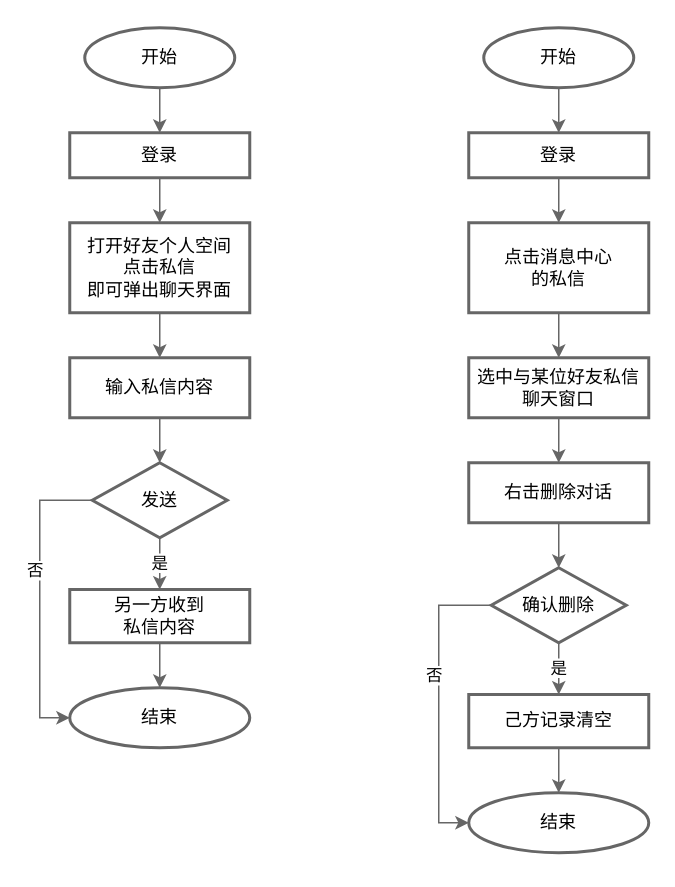
JohnnyLin12/GJR_BBS keeps this draw.io diagram as friend_manage_flowchart.drawio. Above is the earlier version. Source tidied: cells renumbered, new cells numbered last; positions are measured from the earlier drawing's top-left corner, leaving out a move shared by most shapes. Both pictures are drawn from the tidied source at 150%, with x=0, y=0 at pixel (39, 27).
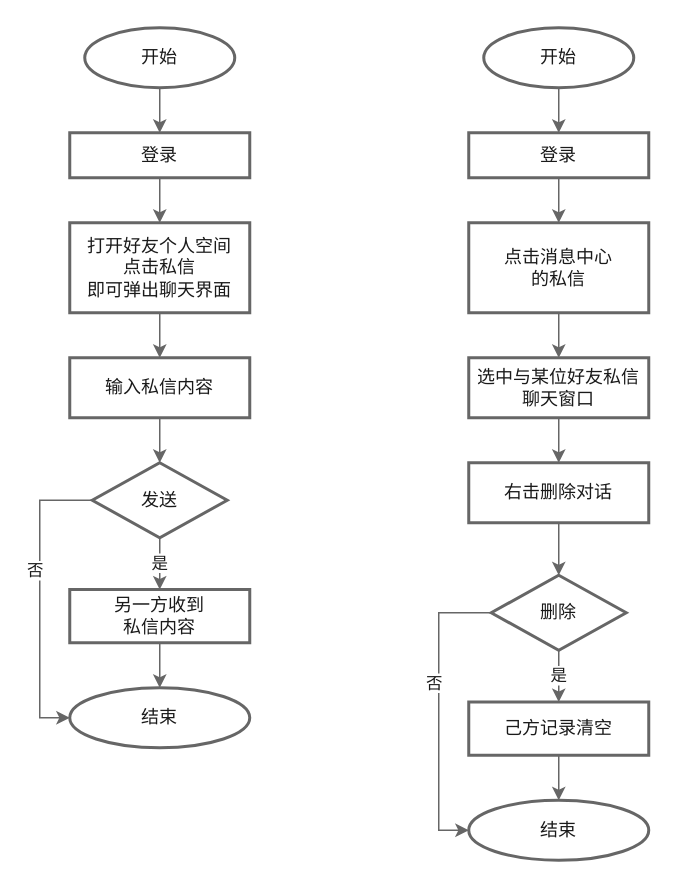
The same diagram, later.

Change to the diagram source:
```diff
@@
-    <mxCell id="2" style="edgeStyle=orthogonalEdgeStyle;rounded=0;jettySize=auto;html=1;strokeColor=#666666;" parent="1" edge="1" source="3" target="5">
+    <mxCell id="2" style="edgeStyle=orthogonalEdgeStyle;rounded=0;jettySize=auto;html=1;strokeColor=#666666;fontColor=#1A1A1A;fontFamily=Helvetica;" parent="1" edge="1" source="3" target="5">
       <mxGeometry relative="1" as="geometry" />
     </mxCell>
-    <mxCell id="3" value="开始" style="strokeWidth=2;html=1;shape=mxgraph.flowchart.start_1;whiteSpace=wrap;strokeColor=#666666;" parent="1" vertex="1">
+    <mxCell id="3" value="开始" style="strokeWidth=2;html=1;shape=mxgraph.flowchart.start_1;whiteSpace=wrap;strokeColor=#666666;fontColor=#1A1A1A;fontFamily=Helvetica;" parent="1" vertex="1">
       <mxGeometry x="30" width="100" height="40" as="geometry" />
     </mxCell>
-    <mxCell id="4" style="edgeStyle=orthogonalEdgeStyle;rounded=0;jettySize=auto;html=1;strokeColor=#666666;" parent="1" edge="1" source="5" target="7">
+    <mxCell id="4" style="edgeStyle=orthogonalEdgeStyle;rounded=0;jettySize=auto;html=1;strokeColor=#666666;fontColor=#1A1A1A;fontFamily=Helvetica;" parent="1" edge="1" source="5" target="7">
       <mxGeometry relative="1" as="geometry" />
     </mxCell>
-    <mxCell id="5" value="登录" style="whiteSpace=wrap;html=1;strokeWidth=2;strokeColor=#666666;" parent="1" vertex="1">
+    <mxCell id="5" value="登录" style="whiteSpace=wrap;html=1;strokeWidth=2;strokeColor=#666666;fontColor=#1A1A1A;fontFamily=Helvetica;" parent="1" vertex="1">
       <mxGeometry x="20" y="70" width="120" height="30" as="geometry" />
     </mxCell>
-    <mxCell id="6" style="edgeStyle=orthogonalEdgeStyle;rounded=0;jettySize=auto;html=1;strokeColor=#666666;" parent="1" edge="1" source="7" target="9">
+    <mxCell id="6" style="edgeStyle=orthogonalEdgeStyle;rounded=0;jettySize=auto;html=1;strokeColor=#666666;fontColor=#1A1A1A;fontFamily=Helvetica;" parent="1" edge="1" source="7" target="9">
       <mxGeometry relative="1" as="geometry" />
     </mxCell>
-    <mxCell id="7" value="打开好友个人空间&lt;br&gt;点击私信&lt;br&gt;即可弹出聊天界面" style="whiteSpace=wrap;html=1;strokeWidth=2;strokeColor=#666666;" parent="1" vertex="1">
+    <mxCell id="7" value="打开好友个人空间&lt;br&gt;点击私信&lt;br&gt;即可弹出聊天界面" style="whiteSpace=wrap;html=1;strokeWidth=2;strokeColor=#666666;fontColor=#1A1A1A;fontFamily=Helvetica;" parent="1" vertex="1">
       <mxGeometry x="20" y="130" width="120" height="60" as="geometry" />
     </mxCell>
-    <mxCell id="8" style="edgeStyle=orthogonalEdgeStyle;rounded=0;jettySize=auto;html=1;strokeColor=#666666;" parent="1" edge="1" source="9" target="13">
+    <mxCell id="8" style="edgeStyle=orthogonalEdgeStyle;rounded=0;jettySize=auto;html=1;strokeColor=#666666;fontColor=#1A1A1A;fontFamily=Helvetica;" parent="1" edge="1" source="9" target="13">
       <mxGeometry relative="1" as="geometry" />
     </mxCell>
-    <mxCell id="9" value="输入私信内容" style="whiteSpace=wrap;html=1;strokeWidth=2;strokeColor=#666666;" parent="1" vertex="1">
+    <mxCell id="9" value="输入私信内容" style="whiteSpace=wrap;html=1;strokeWidth=2;strokeColor=#666666;fontColor=#1A1A1A;fontFamily=Helvetica;" parent="1" vertex="1">
       <mxGeometry x="20" y="220" width="120" height="40" as="geometry" />
     </mxCell>
-    <mxCell id="10" value="是" style="edgeStyle=orthogonalEdgeStyle;rounded=0;jettySize=auto;html=1;strokeColor=#666666;" parent="1" edge="1" source="13" target="15">
+    <mxCell id="10" value="是" style="edgeStyle=orthogonalEdgeStyle;rounded=0;jettySize=auto;html=1;strokeColor=#666666;fontColor=#1A1A1A;fontFamily=Helvetica;" parent="1" edge="1" source="13" target="15">
       <mxGeometry relative="1" as="geometry" />
     </mxCell>
-    <mxCell id="11" style="edgeStyle=orthogonalEdgeStyle;rounded=0;jettySize=auto;html=1;entryX=0;entryY=0.5;entryDx=0;entryDy=0;strokeColor=#666666;" parent="1" edge="1" source="13" target="16">
+    <mxCell id="11" style="edgeStyle=orthogonalEdgeStyle;rounded=0;jettySize=auto;html=1;entryX=0;entryY=0.5;entryDx=0;entryDy=0;strokeColor=#666666;fontColor=#1A1A1A;fontFamily=Helvetica;" parent="1" edge="1" source="13" target="16">
       <mxGeometry relative="1" as="geometry">
         <Array as="points">
           <mxPoint y="315" />
           <mxPoint y="460" />
         </Array>
       </mxGeometry>
     </mxCell>
-    <mxCell id="12" value="否" style="edgeLabel;html=1;align=center;verticalAlign=middle;strokeColor=#666666;" parent="11" vertex="1">
+    <mxCell id="12" value="否" style="edgeLabel;html=1;align=center;verticalAlign=middle;strokeColor=#666666;fontColor=#1A1A1A;fontFamily=Helvetica;" parent="11" vertex="1">
       <mxGeometry x="-0.19" y="-4" relative="1" as="geometry" />
     </mxCell>
-    <mxCell id="13" value="发送" style="rhombus;whiteSpace=wrap;html=1;strokeWidth=2;strokeColor=#666666;" parent="1" vertex="1">
+    <mxCell id="13" value="发送" style="rhombus;whiteSpace=wrap;html=1;strokeWidth=2;strokeColor=#666666;fontColor=#1A1A1A;fontFamily=Helvetica;" parent="1" vertex="1">
       <mxGeometry x="35" y="290" width="90" height="50" as="geometry" />
     </mxCell>
-    <mxCell id="14" style="edgeStyle=orthogonalEdgeStyle;rounded=0;jettySize=auto;html=1;strokeColor=#666666;" parent="1" edge="1" source="15" target="16">
+    <mxCell id="14" style="edgeStyle=orthogonalEdgeStyle;rounded=0;jettySize=auto;html=1;strokeColor=#666666;fontColor=#1A1A1A;fontFamily=Helvetica;" parent="1" edge="1" source="15" target="16">
       <mxGeometry relative="1" as="geometry" />
     </mxCell>
-    <mxCell id="15" value="另一方收到&lt;br&gt;私信内容" style="whiteSpace=wrap;html=1;strokeWidth=2;strokeColor=#666666;" parent="1" vertex="1">
+    <mxCell id="15" value="另一方收到&lt;br&gt;私信内容" style="whiteSpace=wrap;html=1;strokeWidth=2;strokeColor=#666666;fontColor=#1A1A1A;fontFamily=Helvetica;" parent="1" vertex="1">
       <mxGeometry x="20" y="374.5" width="120" height="35.5" as="geometry" />
     </mxCell>
-    <mxCell id="16" value="结束" style="ellipse;whiteSpace=wrap;html=1;strokeWidth=2;strokeColor=#666666;" parent="1" vertex="1">
+    <mxCell id="16" value="结束" style="ellipse;whiteSpace=wrap;html=1;strokeWidth=2;strokeColor=#666666;fontColor=#1A1A1A;fontFamily=Helvetica;" parent="1" vertex="1">
       <mxGeometry x="20" y="440" width="120" height="40" as="geometry" />
     </mxCell>
-    <mxCell id="17" style="edgeStyle=orthogonalEdgeStyle;rounded=0;jettySize=auto;html=1;strokeColor=#666666;" parent="1" edge="1" source="18" target="20">
+    <mxCell id="17" style="edgeStyle=orthogonalEdgeStyle;rounded=0;jettySize=auto;html=1;strokeColor=#666666;fontColor=#1A1A1A;fontFamily=Helvetica;" parent="1" edge="1" source="18" target="20">
       <mxGeometry relative="1" as="geometry" />
     </mxCell>
-    <mxCell id="18" value="开始" style="strokeWidth=2;html=1;shape=mxgraph.flowchart.start_1;whiteSpace=wrap;strokeColor=#666666;" parent="1" vertex="1">
+    <mxCell id="18" value="开始" style="strokeWidth=2;html=1;shape=mxgraph.flowchart.start_1;whiteSpace=wrap;strokeColor=#666666;fontColor=#1A1A1A;fontFamily=Helvetica;" parent="1" vertex="1">
       <mxGeometry x="296" width="100" height="40" as="geometry" />
     </mxCell>
-    <mxCell id="19" style="edgeStyle=orthogonalEdgeStyle;rounded=0;jettySize=auto;html=1;strokeColor=#666666;" parent="1" edge="1" source="20" target="22">
+    <mxCell id="19" style="edgeStyle=orthogonalEdgeStyle;rounded=0;jettySize=auto;html=1;strokeColor=#666666;fontColor=#1A1A1A;fontFamily=Helvetica;" parent="1" edge="1" source="20" target="22">
       <mxGeometry relative="1" as="geometry" />
     </mxCell>
-    <mxCell id="20" value="登录" style="whiteSpace=wrap;html=1;strokeWidth=2;strokeColor=#666666;" parent="1" vertex="1">
+    <mxCell id="20" value="登录" style="whiteSpace=wrap;html=1;strokeWidth=2;strokeColor=#666666;fontColor=#1A1A1A;fontFamily=Helvetica;" parent="1" vertex="1">
       <mxGeometry x="286" y="70" width="120" height="30" as="geometry" />
     </mxCell>
-    <mxCell id="21" style="edgeStyle=orthogonalEdgeStyle;rounded=0;jettySize=auto;html=1;strokeColor=#666666;" parent="1" edge="1" source="22" target="24">
+    <mxCell id="21" style="edgeStyle=orthogonalEdgeStyle;rounded=0;jettySize=auto;html=1;strokeColor=#666666;fontColor=#1A1A1A;fontFamily=Helvetica;" parent="1" edge="1" source="22" target="24">
       <mxGeometry relative="1" as="geometry" />
     </mxCell>
-    <mxCell id="22" value="点击消息中心&lt;br&gt;的私信" style="whiteSpace=wrap;html=1;strokeWidth=2;strokeColor=#666666;" parent="1" vertex="1">
+    <mxCell id="22" value="点击消息中心&lt;br&gt;的私信" style="whiteSpace=wrap;html=1;strokeWidth=2;strokeColor=#666666;fontColor=#1A1A1A;fontFamily=Helvetica;" parent="1" vertex="1">
       <mxGeometry x="286" y="130" width="120" height="60" as="geometry" />
     </mxCell>
-    <mxCell id="23" style="edgeStyle=orthogonalEdgeStyle;rounded=0;jettySize=auto;html=1;strokeColor=#666666;" parent="1" edge="1" source="24" target="26">
+    <mxCell id="23" style="edgeStyle=orthogonalEdgeStyle;rounded=0;jettySize=auto;html=1;strokeColor=#666666;fontColor=#1A1A1A;fontFamily=Helvetica;" parent="1" edge="1" source="24" target="26">
       <mxGeometry relative="1" as="geometry" />
     </mxCell>
-    <mxCell id="24" value="选中与某位好友私信聊天窗口" style="whiteSpace=wrap;html=1;strokeWidth=2;strokeColor=#666666;" parent="1" vertex="1">
+    <mxCell id="24" value="选中与某位好友私信聊天窗口" style="whiteSpace=wrap;html=1;strokeWidth=2;strokeColor=#666666;fontColor=#1A1A1A;fontFamily=Helvetica;" parent="1" vertex="1">
       <mxGeometry x="286" y="220" width="120" height="40" as="geometry" />
     </mxCell>
-    <mxCell id="25" style="edgeStyle=orthogonalEdgeStyle;rounded=0;jettySize=auto;html=1;strokeColor=#666666;" parent="1" edge="1" source="26" target="30">
+    <mxCell id="25" style="edgeStyle=orthogonalEdgeStyle;rounded=0;jettySize=auto;html=1;strokeColor=#666666;fontColor=#1A1A1A;fontFamily=Helvetica;" parent="1" edge="1" source="26" target="30">
       <mxGeometry relative="1" as="geometry" />
     </mxCell>
-    <mxCell id="26" value="右击删除对话" style="whiteSpace=wrap;html=1;strokeColor=#666666;strokeWidth=2;" parent="1" vertex="1">
+    <mxCell id="26" value="右击删除对话" style="whiteSpace=wrap;html=1;strokeColor=#666666;strokeWidth=2;fontColor=#1A1A1A;fontFamily=Helvetica;" parent="1" vertex="1">
       <mxGeometry x="286" y="290" width="120" height="40" as="geometry" />
     </mxCell>
-    <mxCell id="27" value="是" style="edgeStyle=orthogonalEdgeStyle;rounded=0;jettySize=auto;html=1;strokeColor=#666666;" parent="1" edge="1" source="30" target="32">
+    <mxCell id="27" value="是" style="edgeStyle=orthogonalEdgeStyle;rounded=0;jettySize=auto;html=1;strokeColor=#666666;fontColor=#1A1A1A;fontFamily=Helvetica;" parent="1" edge="1" source="30" target="32">
       <mxGeometry relative="1" as="geometry" />
     </mxCell>
-    <mxCell id="28" style="edgeStyle=orthogonalEdgeStyle;rounded=0;jettySize=auto;html=1;entryX=0;entryY=0.5;entryDx=0;entryDy=0;strokeColor=#666666;" parent="1" edge="1" source="30" target="33">
+    <mxCell id="28" style="edgeStyle=orthogonalEdgeStyle;rounded=0;jettySize=auto;html=1;entryX=0;entryY=0.5;entryDx=0;entryDy=0;strokeColor=#666666;fontColor=#1A1A1A;fontFamily=Helvetica;" parent="1" edge="1" source="30" target="33">
       <mxGeometry relative="1" as="geometry">
         <Array as="points">
-          <mxPoint x="266" y="385" />
-          <mxPoint x="266" y="530" />
+          <mxPoint x="266" y="390" />
+          <mxPoint x="266" y="535" />
         </Array>
       </mxGeometry>
     </mxCell>
-    <mxCell id="29" value="否" style="edgeLabel;html=1;align=center;verticalAlign=middle;strokeColor=#666666;" parent="28" vertex="1">
+    <mxCell id="29" value="否" style="edgeLabel;html=1;align=center;verticalAlign=middle;strokeColor=#666666;fontColor=#1A1A1A;fontFamily=Helvetica;" parent="28" vertex="1">
       <mxGeometry x="-0.19" y="-4" relative="1" as="geometry" />
     </mxCell>
-    <mxCell id="30" value="确认删除" style="rhombus;whiteSpace=wrap;html=1;strokeWidth=2;strokeColor=#666666;" parent="1" vertex="1">
-      <mxGeometry x="301" y="360" width="90" height="50" as="geometry" />
+    <mxCell id="30" value="删除" style="rhombus;whiteSpace=wrap;html=1;strokeWidth=2;strokeColor=#666666;fontColor=#1A1A1A;fontFamily=Helvetica;" parent="1" vertex="1">
+      <mxGeometry x="301" y="365" width="90" height="50" as="geometry" />
     </mxCell>
-    <mxCell id="31" style="edgeStyle=orthogonalEdgeStyle;rounded=0;jettySize=auto;html=1;strokeColor=#666666;" parent="1" edge="1" source="32" target="33">
+    <mxCell id="31" style="edgeStyle=orthogonalEdgeStyle;rounded=0;jettySize=auto;html=1;strokeColor=#666666;fontColor=#1A1A1A;fontFamily=Helvetica;" parent="1" edge="1" source="32" target="33">
       <mxGeometry relative="1" as="geometry" />
     </mxCell>
-    <mxCell id="32" value="己方记录清空" style="whiteSpace=wrap;html=1;strokeWidth=2;strokeColor=#666666;" parent="1" vertex="1">
-      <mxGeometry x="286" y="444.5" width="120" height="35.5" as="geometry" />
+    <mxCell id="32" value="己方记录清空" style="whiteSpace=wrap;html=1;strokeWidth=2;strokeColor=#666666;fontColor=#1A1A1A;fontFamily=Helvetica;" parent="1" vertex="1">
+      <mxGeometry x="286" y="449.5" width="120" height="35.5" as="geometry" />
     </mxCell>
-    <mxCell id="33" value="结束" style="ellipse;whiteSpace=wrap;html=1;strokeWidth=2;strokeColor=#666666;" parent="1" vertex="1">
-      <mxGeometry x="286" y="510" width="120" height="40" as="geometry" />
+    <mxCell id="33" value="结束" style="ellipse;whiteSpace=wrap;html=1;strokeWidth=2;strokeColor=#666666;fontColor=#1A1A1A;fontFamily=Helvetica;" parent="1" vertex="1">
+      <mxGeometry x="286" y="515" width="120" height="40" as="geometry" />
     </mxCell>
```
